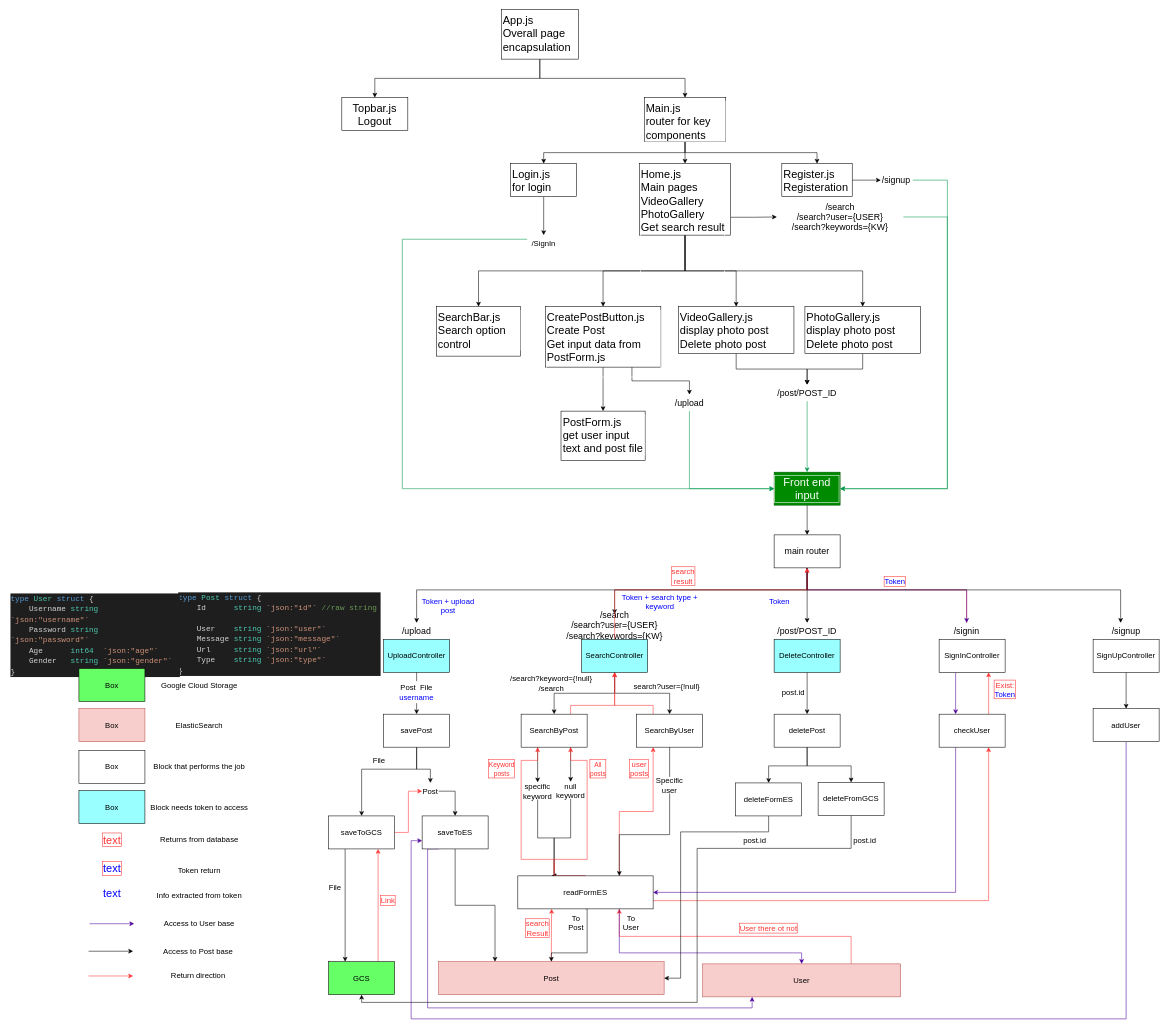
Above: repo picture/Untitled Diagram.drawio in blaticslm/Simple-Tweet-Project (draw.io), before the change. Source tidied: cells renumbered, new cells numbered last; positions are measured from the earlier drawing's top-left corner, leaving out a move shared by most shapes. Both pictures are drawn from the tidied source at 55%, with x=0, y=0 at pixel (9, 9).
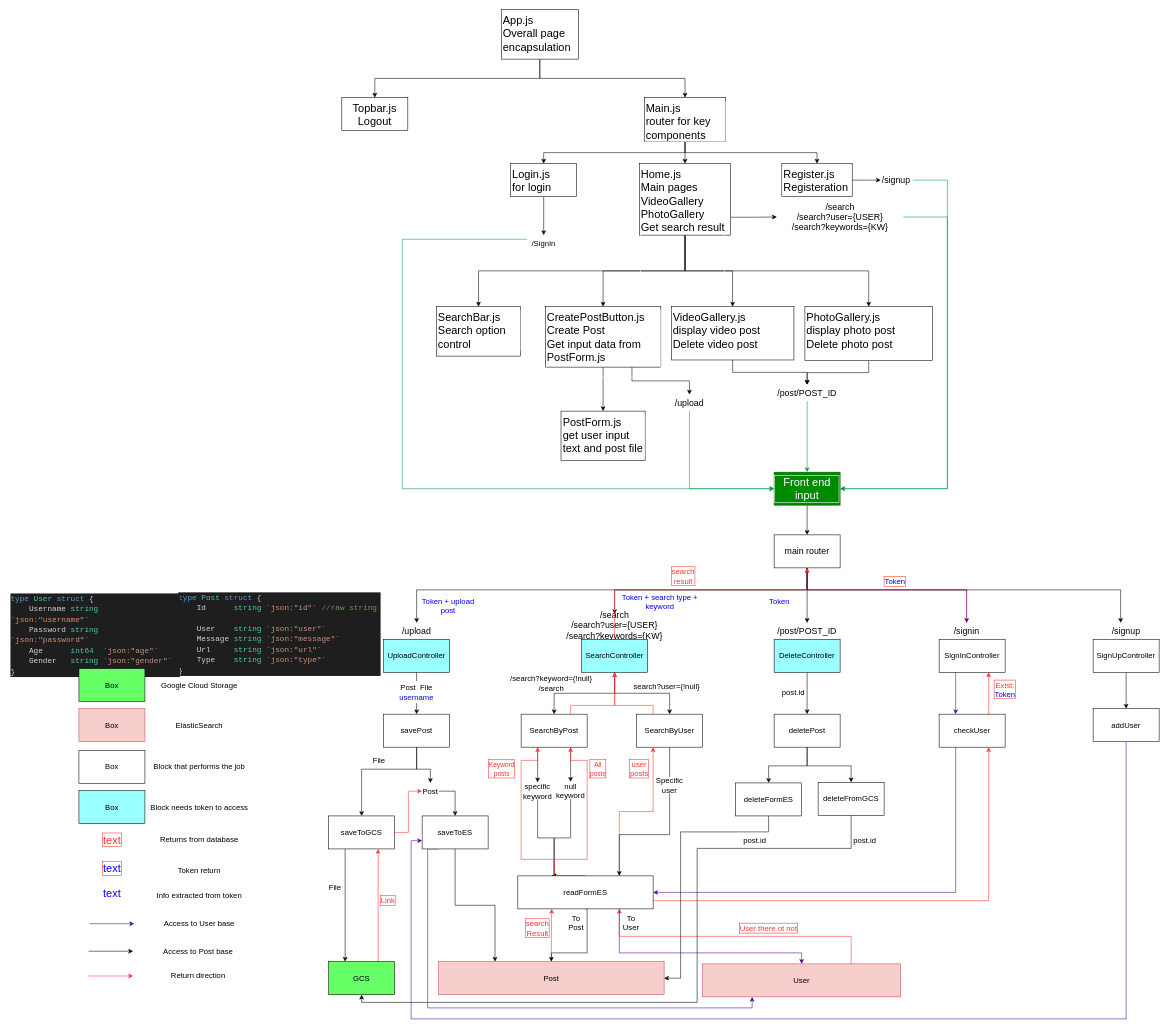
After the change.

Commit message (it also covers changes not shown here):
back front

Change to the diagram source:
```diff
@@
     <mxCell id="144" value="&lt;div&gt;PhotoGallery.js&lt;/div&gt;&lt;div&gt;display photo post&lt;/div&gt;&lt;div&gt;Delete photo post&lt;br&gt;&lt;/div&gt;" style="rounded=0;whiteSpace=wrap;html=1;labelBackgroundColor=none;labelBorderColor=#FFFFFF;fontSize=20;fontColor=#000000;fillColor=#FFFFFF;verticalAlign=top;align=left;" parent="1" vertex="1">
-      <mxGeometry x="1446" y="540" width="210" height="85" as="geometry" />
+      <mxGeometry x="1446" y="540" width="232" height="98" as="geometry" />
     </mxCell>
@@
-    <mxCell id="148" value="&lt;div&gt;VideoGallery.js&lt;/div&gt;&lt;div&gt;display photo post&lt;/div&gt;&lt;div&gt;Delete photo post&lt;br&gt;&lt;/div&gt;" style="rounded=0;whiteSpace=wrap;html=1;labelBackgroundColor=none;labelBorderColor=#FFFFFF;fontSize=20;fontColor=#000000;fillColor=#FFFFFF;verticalAlign=top;align=left;" parent="1" vertex="1">
-      <mxGeometry x="1216" y="540" width="210" height="85" as="geometry" />
+    <mxCell id="148" value="&lt;div&gt;VideoGallery.js&lt;/div&gt;&lt;div&gt;display video post&lt;/div&gt;&lt;div&gt;Delete video post&lt;br&gt;&lt;/div&gt;" style="rounded=0;whiteSpace=wrap;html=1;labelBackgroundColor=none;labelBorderColor=#FFFFFF;fontSize=20;fontColor=#000000;fillColor=#FFFFFF;verticalAlign=top;align=left;" parent="1" vertex="1">
+      <mxGeometry x="1203" y="540" width="223" height="97" as="geometry" />
     </mxCell>
```
